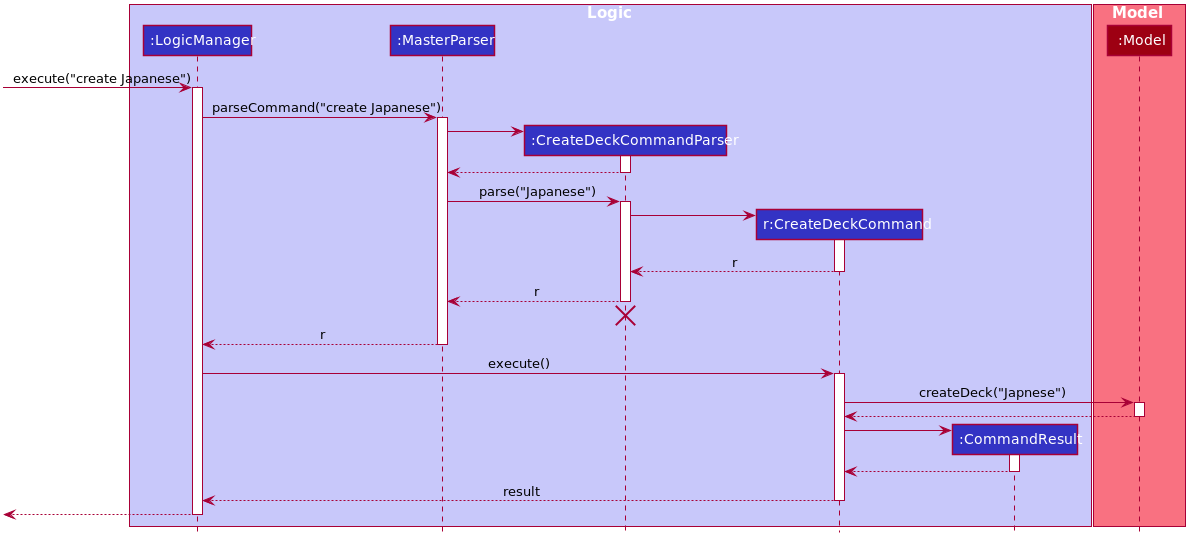
Earlier version of the PlantUML export docs/diagrams/CreateSequenceDiagram.png (oLiXino/main). The source it was exported from:
```plantuml
@startuml








skinparam BackgroundColor #FFFFFFF

skinparam Shadowing false

skinparam Class {
    FontColor #FFFFFF
    BorderThickness 1
    BorderColor #FFFFFF
    StereotypeFontColor #FFFFFF
    FontName Arial
}

skinparam Actor {
    BorderColor #000000
    Color #000000
    FontName Arial
}

skinparam Sequence {
    MessageAlign center
    BoxFontSize 15
    BoxPadding 0
    BoxFontColor #FFFFFF
    FontName Arial
}

skinparam Participant {
    FontColor #FFFFFFF
    Padding 20
}

skinparam MinClassWidth 50
skinparam ParticipantPadding 10
skinparam Shadowing false
skinparam DefaultTextAlignment center
skinparam packageStyle Rectangle

hide footbox
hide members
hide circle

box Logic #C8C8FA
participant ":LogicManager" as LogicManager #3333C4
participant ":MasterParser" as MasterParser #3333C4
participant ":CreateDeckCommandParser" as CreateDeckCommandParser #3333C4
participant "r:CreateDeckCommand" as CreateDeckCommand #3333C4
participant ":CommandResult" as CommandResult #3333C4
end box

box Model #F97181
participant ":Model" as Model #9D0012
end box

[-> LogicManager : execute("create Japanese")
activate LogicManager

LogicManager -> MasterParser : parseCommand("create Japanese")
activate MasterParser

create CreateDeckCommandParser
MasterParser -> CreateDeckCommandParser
activate CreateDeckCommandParser

CreateDeckCommandParser --> MasterParser
deactivate CreateDeckCommandParser

MasterParser -> CreateDeckCommandParser : parse("Japanese")
activate CreateDeckCommandParser

create CreateDeckCommand
CreateDeckCommandParser -> CreateDeckCommand
activate CreateDeckCommand

CreateDeckCommand --> CreateDeckCommandParser : r
deactivate CreateDeckCommand

CreateDeckCommandParser --> MasterParser : r
deactivate CreateDeckCommandParser
CreateDeckCommandParser -[hidden]-> MasterParser
destroy CreateDeckCommandParser

MasterParser --> LogicManager : r
deactivate MasterParser

LogicManager -> CreateDeckCommand : execute()
activate CreateDeckCommand

CreateDeckCommand -> Model : createDeck("Japnese")
activate Model

Model --> CreateDeckCommand
deactivate Model

create CommandResult
CreateDeckCommand -> CommandResult
activate CommandResult

CommandResult --> CreateDeckCommand
deactivate CommandResult

CreateDeckCommand --> LogicManager : result
deactivate CreateDeckCommand

[<--LogicManager
deactivate LogicManager
@enduml
```
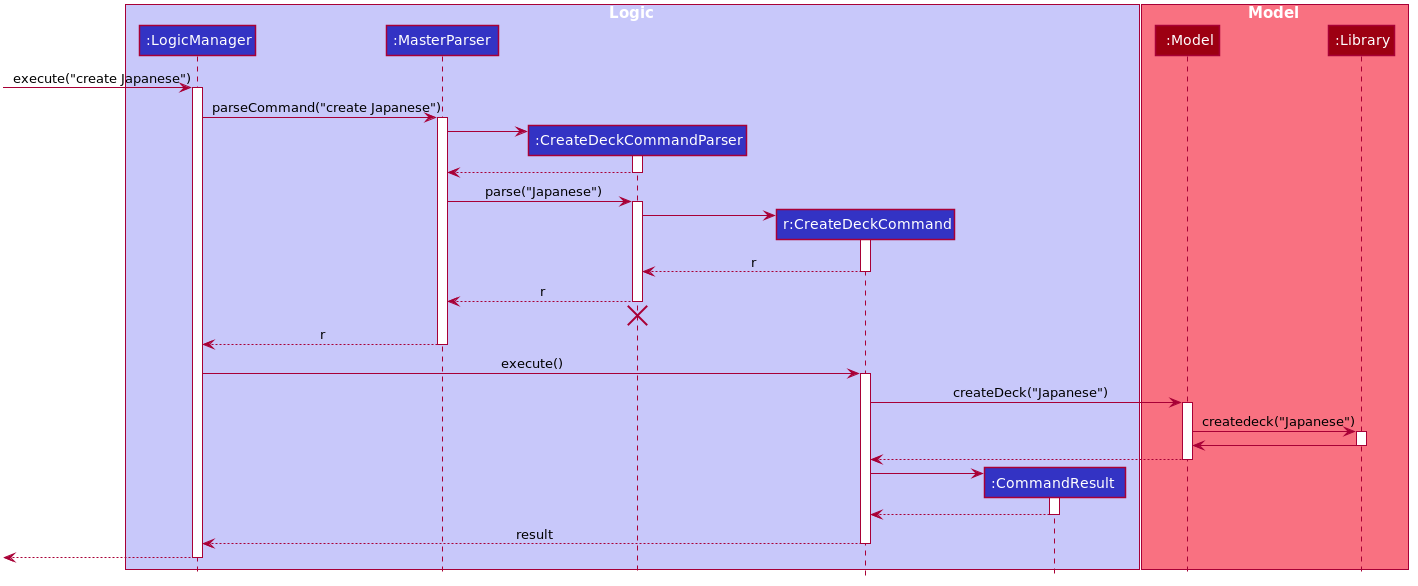
After the change.

Commit message:
Put uml diagrams into dg

The edit, as a diff of the source:
```diff
@@ -49,15 +49,16 @@
 hide circle
 
 box Logic #C8C8FA
-participant ":LogicManager" as LogicManager #3333C4
-participant ":MasterParser" as MasterParser #3333C4
-participant ":CreateDeckCommandParser" as CreateDeckCommandParser #3333C4
-participant "r:CreateDeckCommand" as CreateDeckCommand #3333C4
-participant ":CommandResult" as CommandResult #3333C4
+participant ":LogicManager  " as LogicManager #3333C4
+participant ":MasterParser  " as MasterParser #3333C4
+participant ":CreateDeckCommandParser    " as CreateDeckCommandParser #3333C4
+participant "r:CreateDeckCommand   " as CreateDeckCommand #3333C4
+participant ":CommandResult    " as CommandResult #3333C4
 end box
 
 box Model #F97181
 participant ":Model" as Model #9D0012
+participant ":Library " as Library #9D0012
 end box
 
 [-> LogicManager : execute("create Japanese")
@@ -94,8 +95,14 @@
 LogicManager -> CreateDeckCommand : execute()
 activate CreateDeckCommand
 
-CreateDeckCommand -> Model : createDeck("Japnese")
+CreateDeckCommand -> Model : createDeck("Japanese")
 activate Model
+
+Model -> Library : createdeck("Japanese")
+activate Library
+
+Library -> Model
+deactivate Library
 
 Model --> CreateDeckCommand
 deactivate Model
```
